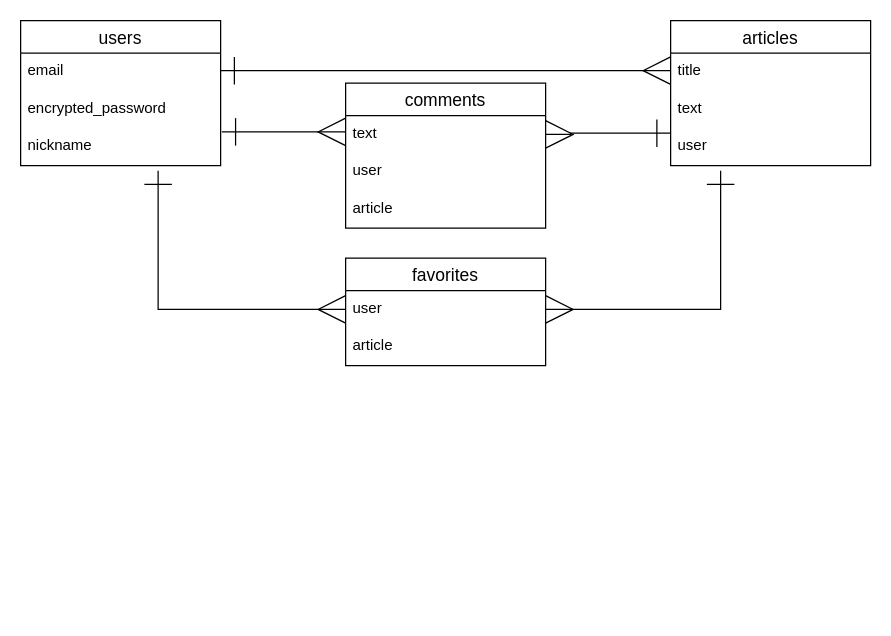
Above: potsicleapp.dio in kazuki0925/posticleapp (draw.io), before the change. Source tidied: cells renumbered, new cells numbered last; positions are measured from the earlier drawing's top-left corner, leaving out a move shared by most shapes. Both pictures are drawn from the tidied source at 125%, with x=0, y=0 at pixel (20, 20).
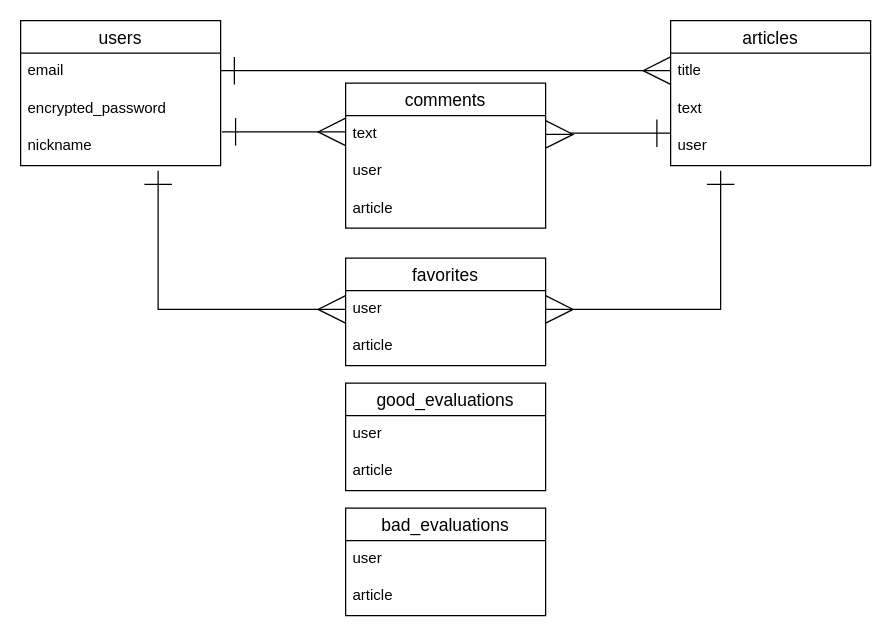
The same page after the edit.

What changed in the source:
```diff
@@
+    <mxCell id="22" value="good_evaluations" style="swimlane;fontStyle=0;horizontal=1;startSize=26;align=center;fontSize=14;" parent="1" vertex="1">
+      <mxGeometry x="260" y="290" width="160" height="86" as="geometry" />
+    </mxCell>
+    <mxCell id="23" value="user" style="text;strokeColor=none;fillColor=none;spacingLeft=4;spacingRight=4;overflow=hidden;fontSize=12;" parent="22" vertex="1">
+      <mxGeometry y="26" width="160" height="30" as="geometry" />
+    </mxCell>
+    <mxCell id="24" value="article" style="text;strokeColor=none;fillColor=none;spacingLeft=4;spacingRight=4;overflow=hidden;fontSize=12;" parent="22" vertex="1">
+      <mxGeometry y="56" width="160" height="30" as="geometry" />
+    </mxCell>
+    <mxCell id="25" value="bad_evaluations" style="swimlane;fontStyle=0;horizontal=1;startSize=26;align=center;fontSize=14;" parent="1" vertex="1">
+      <mxGeometry x="260" y="390" width="160" height="86" as="geometry" />
+    </mxCell>
+    <mxCell id="26" value="user" style="text;strokeColor=none;fillColor=none;spacingLeft=4;spacingRight=4;overflow=hidden;fontSize=12;" parent="25" vertex="1">
+      <mxGeometry y="26" width="160" height="30" as="geometry" />
+    </mxCell>
+    <mxCell id="27" value="article" style="text;strokeColor=none;fillColor=none;spacingLeft=4;spacingRight=4;overflow=hidden;fontSize=12;" parent="25" vertex="1">
+      <mxGeometry y="56" width="160" height="30" as="geometry" />
+    </mxCell>
```
